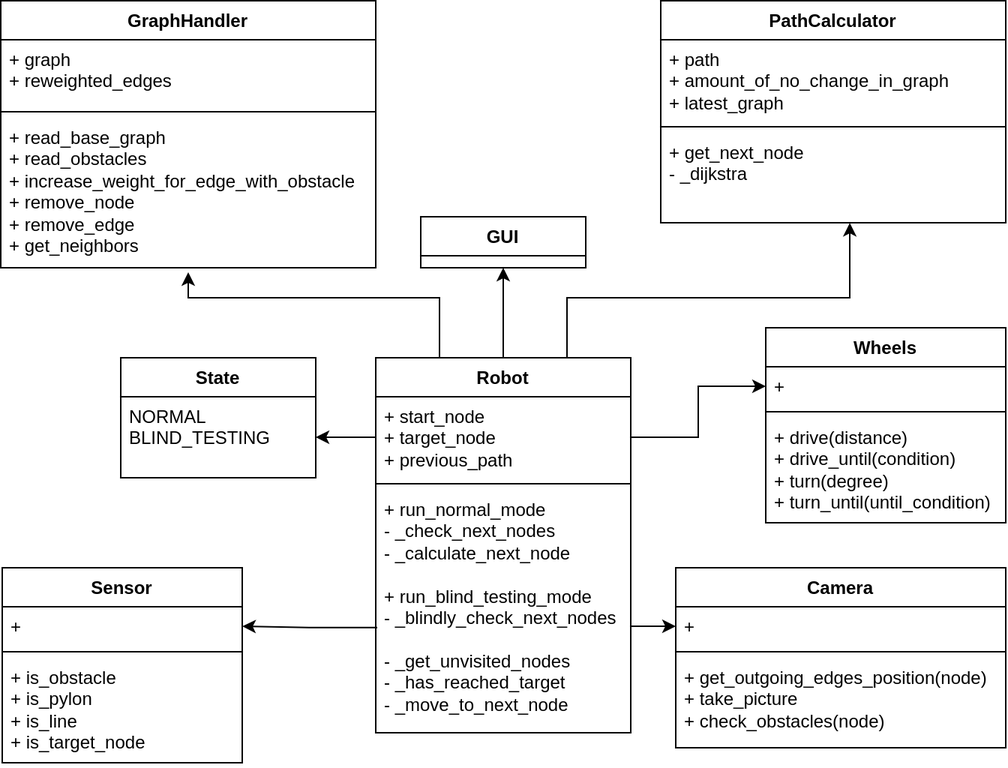
This is assets/informatik-prototyp/simulator/simulator-erd.png from ameyer3/hslu-pren-1, a draw.io export, as it was before one commit. Source tidied: cells renumbered, new cells last; positions are measured from the earlier drawing's top-left corner, leaving out a move shared by most shapes.
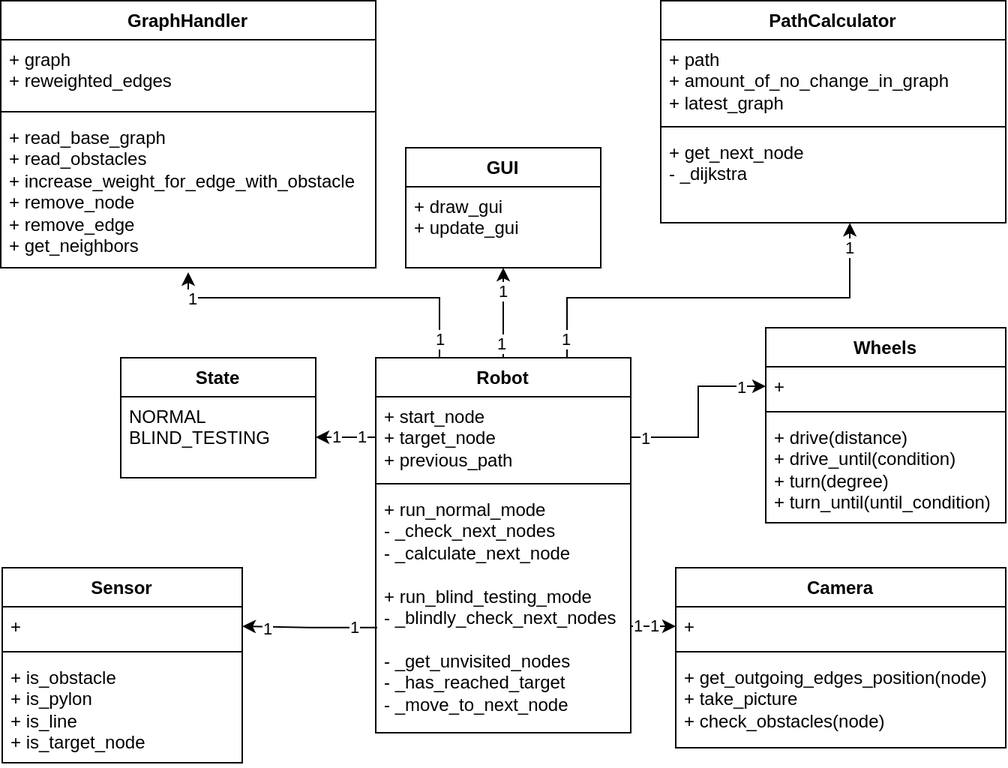
Later version of the same file.

What changed in the source:
```diff
@@ -11,6 +11,14 @@
         </Array>
       </mxGeometry>
     </mxCell>
+    <mxCell id="36" value="1" style="edgeLabel;html=1;align=center;verticalAlign=middle;" parent="2" vertex="1">
+      <mxGeometry x="-0.89" relative="1" as="geometry" />
+    </mxCell>
+    <mxCell id="37" value="1" style="edgeLabel;html=1;align=center;verticalAlign=middle;" parent="2" vertex="1">
+      <mxGeometry x="0.88" y="-3" relative="1" as="geometry">
+        <mxPoint y="5" as="offset" />
+      </mxGeometry>
+    </mxCell>
     <mxCell id="3" style="edgeStyle=orthogonalEdgeStyle;rounded=0;jettySize=auto;html=1;exitX=0.75;exitY=0;exitDx=0;exitDy=0;entryX=0.548;entryY=1.002;entryDx=0;entryDy=0;entryPerimeter=0;" parent="1" edge="1" source="5" target="32">
       <mxGeometry relative="1" as="geometry">
         <Array as="points">
@@ -19,9 +27,27 @@
         </Array>
       </mxGeometry>
     </mxCell>
+    <mxCell id="38" value="1" style="edgeLabel;html=1;align=center;verticalAlign=middle;" parent="3" vertex="1">
+      <mxGeometry x="-0.91" y="1" relative="1" as="geometry" />
+    </mxCell>
+    <mxCell id="39" value="1" style="edgeLabel;html=1;align=center;verticalAlign=middle;" parent="3" vertex="1">
+      <mxGeometry x="0.88" relative="1" as="geometry" />
+    </mxCell>
-    <mxCell id="4" style="edgeStyle=orthogonalEdgeStyle;rounded=0;jettySize=auto;html=1;exitX=0.5;exitY=0;exitDx=0;exitDy=0;entryX=0.5;entryY=1;entryDx=0;entryDy=0;" parent="1" edge="1" source="5" target="26">
-      <mxGeometry relative="1" as="geometry" />
+    <mxCell id="4" style="edgeStyle=orthogonalEdgeStyle;rounded=0;jettySize=auto;html=1;exitX=0.5;exitY=0;exitDx=0;exitDy=0;entryX=0.5;entryY=1;entryDx=0;entryDy=0;" parent="1" edge="1" source="5">
+      <mxGeometry relative="1" as="geometry">
+        <mxPoint x="335" y="178" as="targetPoint" />
+      </mxGeometry>
     </mxCell>
+    <mxCell id="40" value="1" style="edgeLabel;html=1;align=center;verticalAlign=middle;" parent="4" vertex="1">
+      <mxGeometry x="-0.71" y="-1" relative="1" as="geometry">
+        <mxPoint x="-2" as="offset" />
+      </mxGeometry>
+    </mxCell>
+    <mxCell id="41" value="1" style="edgeLabel;html=1;align=center;verticalAlign=middle;" parent="4" vertex="1">
+      <mxGeometry x="0.49" y="-1" relative="1" as="geometry">
+        <mxPoint x="-2" as="offset" />
+      </mxGeometry>
+    </mxCell>
     <mxCell id="5" value="Robot" style="swimlane;fontStyle=1;align=center;verticalAlign=top;horizontal=1;startSize=26;whiteSpace=wrap;html=1;" parent="1" vertex="1">
       <mxGeometry x="250" y="238" width="170" height="250" as="geometry" />
     </mxCell>
@@ -85,12 +111,23 @@
     <mxCell id="25" style="edgeStyle=orthogonalEdgeStyle;rounded=0;jettySize=auto;html=1;exitX=1;exitY=0.5;exitDx=0;exitDy=0;" parent="1" edge="1" source="6" target="18">
       <mxGeometry relative="1" as="geometry" />
     </mxCell>
-    <mxCell id="26" value="GUI" style="swimlane;fontStyle=1;align=center;verticalAlign=top;horizontal=1;startSize=26;whiteSpace=wrap;html=1;" parent="1" vertex="1">
-      <mxGeometry x="280" y="144" width="110" height="34" as="geometry" />
-    </mxCell>
+    <mxCell id="42" value="1" style="edgeLabel;html=1;align=center;verticalAlign=middle;" parent="25" vertex="1">
+      <mxGeometry x="-0.84" y="-1" relative="1" as="geometry" />
+    </mxCell>
+    <mxCell id="43" value="1" style="edgeLabel;html=1;align=center;verticalAlign=middle;" parent="25" vertex="1">
+      <mxGeometry x="0.65" y="2" relative="1" as="geometry">
+        <mxPoint x="5" y="3" as="offset" />
+      </mxGeometry>
+    </mxCell>
     <mxCell id="27" style="edgeStyle=orthogonalEdgeStyle;rounded=0;jettySize=auto;html=1;exitX=0.006;exitY=0.567;exitDx=0;exitDy=0;exitPerimeter=0;" parent="1" edge="1" source="8" target="14">
       <mxGeometry relative="1" as="geometry" />
     </mxCell>
+    <mxCell id="44" value="1" style="edgeLabel;html=1;align=center;verticalAlign=middle;" parent="27" vertex="1">
+      <mxGeometry x="-0.67" relative="1" as="geometry" />
+    </mxCell>
+    <mxCell id="45" value="1" style="edgeLabel;html=1;align=center;verticalAlign=middle;" parent="27" vertex="1">
+      <mxGeometry x="0.63" y="2" relative="1" as="geometry" />
+    </mxCell>
     <mxCell id="28" style="edgeStyle=orthogonalEdgeStyle;rounded=0;jettySize=auto;html=1;exitX=1;exitY=0.5;exitDx=0;exitDy=0;entryX=0;entryY=0.5;entryDx=0;entryDy=0;" parent="1" edge="1" source="8" target="10">
       <mxGeometry relative="1" as="geometry">
         <Array as="points">
@@ -98,6 +135,14 @@
         </Array>
       </mxGeometry>
     </mxCell>
+    <mxCell id="46" value="1" style="edgeLabel;html=1;align=center;verticalAlign=middle;" parent="28" vertex="1">
+      <mxGeometry x="-0.28" relative="1" as="geometry" />
+    </mxCell>
+    <mxCell id="47" value="1" style="edgeLabel;html=1;align=center;verticalAlign=middle;" parent="28" vertex="1">
+      <mxGeometry x="0.26" y="-1" relative="1" as="geometry">
+        <mxPoint x="1" y="-1" as="offset" />
+      </mxGeometry>
+    </mxCell>
     <mxCell id="29" value="PathCalculator" style="swimlane;fontStyle=1;align=center;verticalAlign=top;horizontal=1;startSize=26;whiteSpace=wrap;html=1;" parent="1" vertex="1">
       <mxGeometry x="440" width="230" height="148" as="geometry" />
     </mxCell>
@@ -119,5 +164,21 @@
     <mxCell id="35" style="edgeStyle=orthogonalEdgeStyle;rounded=0;jettySize=auto;html=1;" parent="1" edge="1" source="6" target="34">
       <mxGeometry relative="1" as="geometry" />
     </mxCell>
+    <mxCell id="48" value="1" style="edgeLabel;html=1;align=center;verticalAlign=middle;" parent="35" vertex="1">
+      <mxGeometry x="-0.55" y="2" relative="1" as="geometry">
+        <mxPoint y="-2" as="offset" />
+      </mxGeometry>
+    </mxCell>
+    <mxCell id="49" value="1" style="edgeLabel;html=1;align=center;verticalAlign=middle;" parent="35" vertex="1">
+      <mxGeometry x="0.12" relative="1" as="geometry">
+        <mxPoint x="-4" as="offset" />
+      </mxGeometry>
+    </mxCell>
+    <mxCell id="26" value="GUI" style="swimlane;fontStyle=1;align=center;verticalAlign=top;horizontal=1;startSize=26;whiteSpace=wrap;html=1;" parent="1" vertex="1">
+      <mxGeometry x="270" y="98" width="130" height="80" as="geometry" />
+    </mxCell>
+    <mxCell id="50" value="+ draw_gui&lt;div&gt;+ update_gui&lt;/div&gt;" style="text;strokeColor=none;fillColor=none;align=left;verticalAlign=top;spacingLeft=4;spacingRight=4;overflow=hidden;whiteSpace=wrap;html=1;" parent="26" vertex="1">
+      <mxGeometry y="26" width="130" height="54" as="geometry" />
+    </mxCell>
   </root>
 </mxGraphModel>
```
